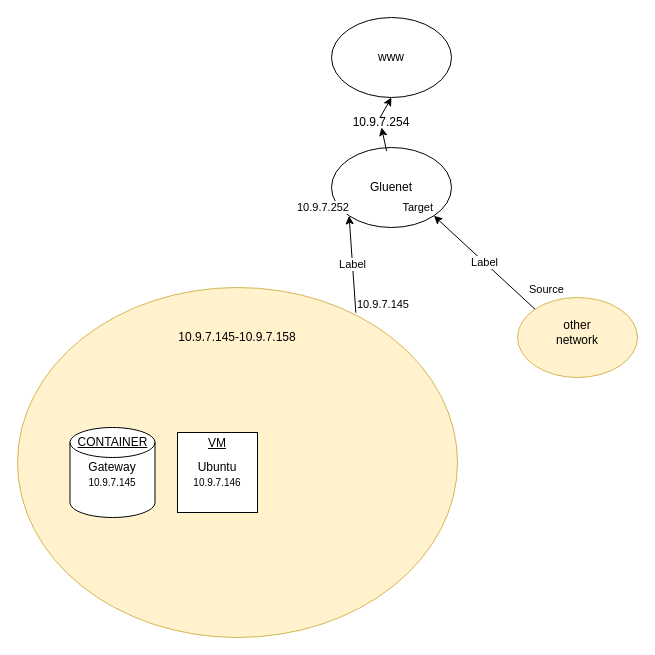
This is docs/netzwerk.drawio from nWakolbinger/nwt-projekt-subnetze-wak-wolf, a draw.io file, before an edit. Source tidied: cells renumbered, new cells numbered last; positions are measured from the earlier drawing's top-left corner, leaving out a move shared by most shapes. Both pictures are drawn from the tidied source at 100%, with x=0, y=0 at pixel (17, 17).
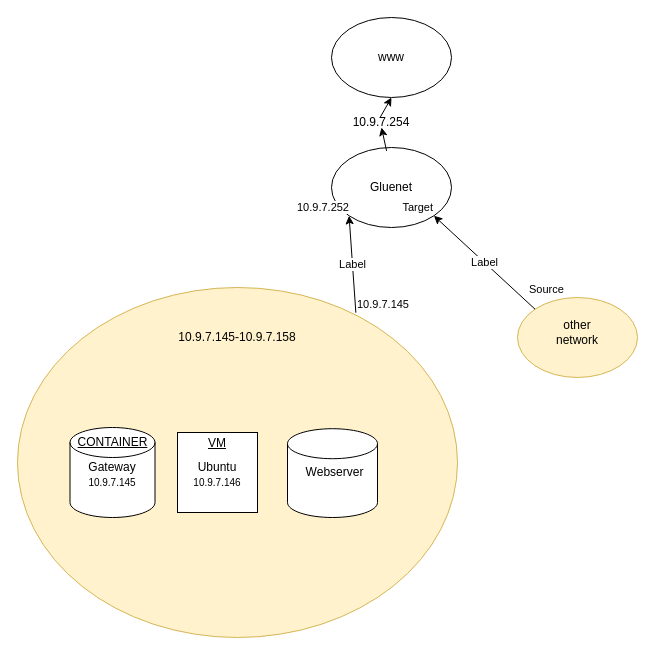
The same diagram, later.

Diff of the diagram source:
```diff
@@
+    <mxCell id="29" style="shape=cylinder3;whiteSpace=wrap;html=1;boundedLbl=1;backgroundOutline=1;size=15;" parent="1" vertex="1">
+      <mxGeometry x="270" y="411.2" width="90" height="88.8" as="geometry" />
+    </mxCell>
+    <mxCell id="30" value="Webserver" style="text;html=1;strokeColor=none;fillColor=none;align=center;verticalAlign=middle;whiteSpace=wrap;rounded=0;" parent="1" vertex="1">
+      <mxGeometry x="285" y="440" width="65" height="30" as="geometry" />
+    </mxCell>
```
